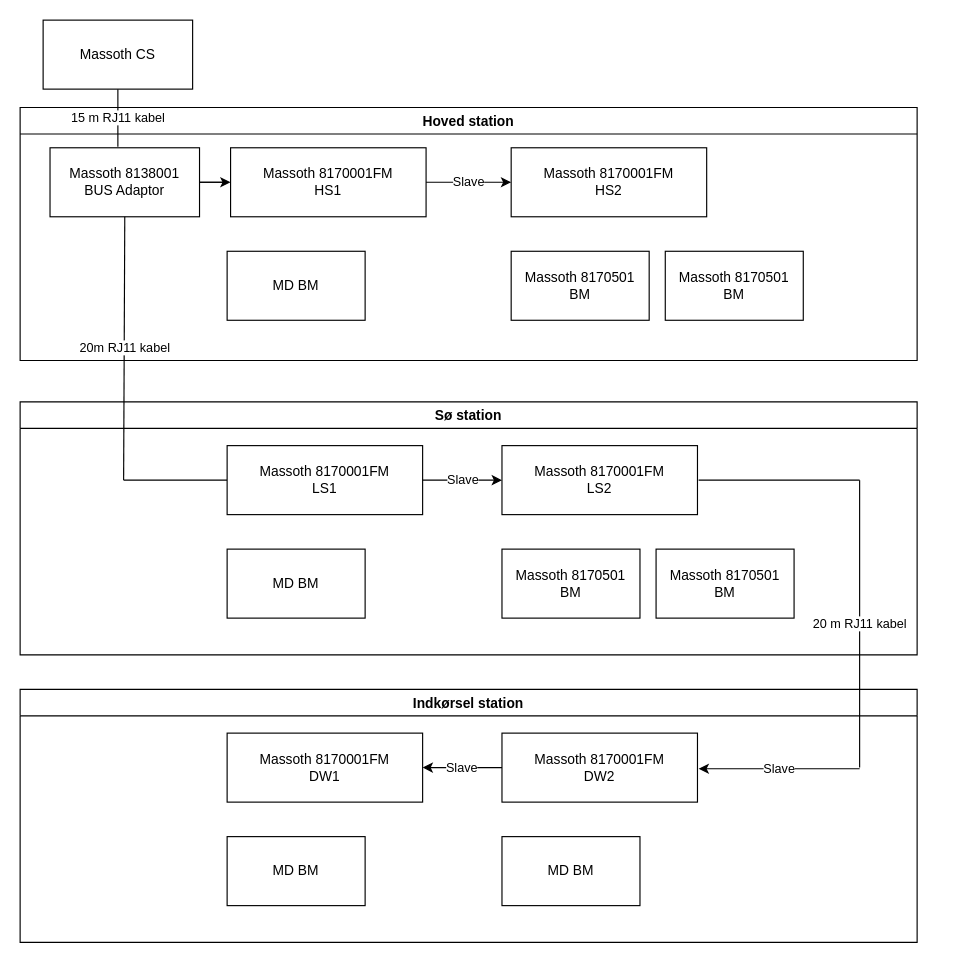
Before: massoth_feedback_layout.drawio in MaxWinther/rocrail, a draw.io diagram. Source tidied: cells renumbered, new cells numbered last; positions are measured from the earlier drawing's top-left corner, leaving out a move shared by most shapes. Both pictures are drawn from the tidied source at 115%, with x=0, y=0 at pixel (20, 20).
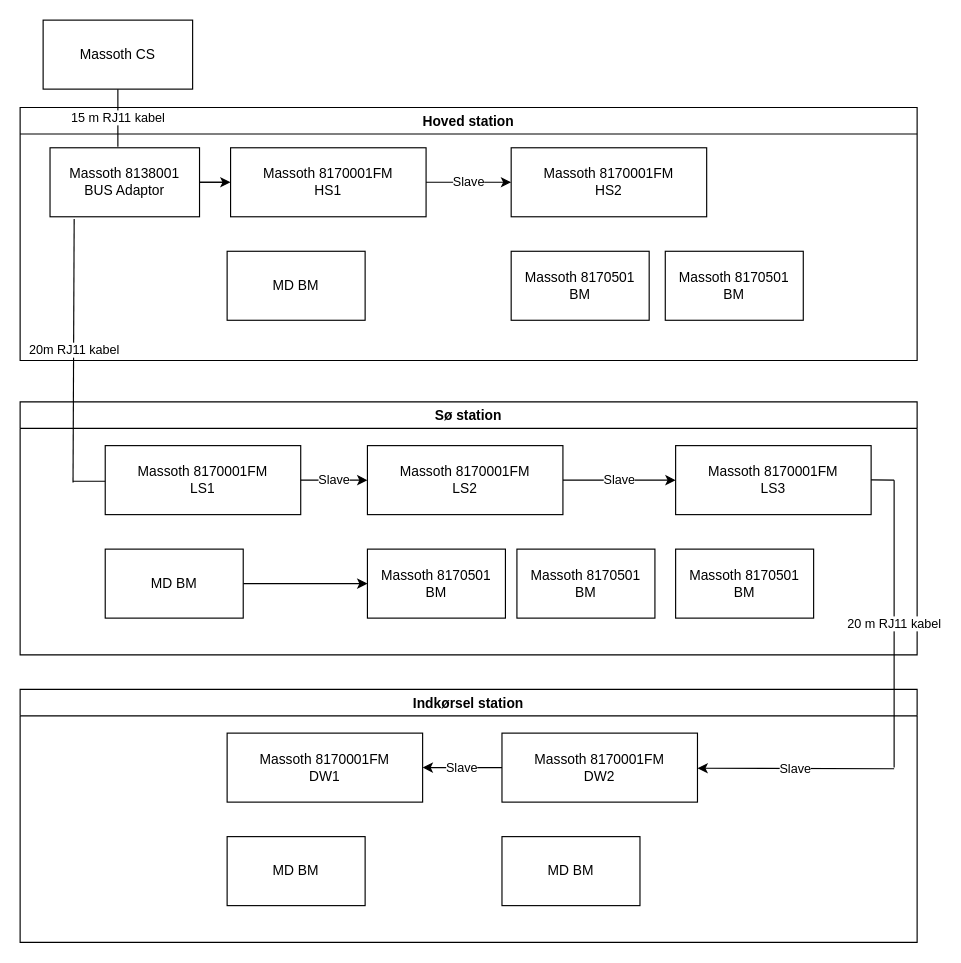
After the change.

Unchanged cells that the change refers to:
```xml
<mxCell id="2" value="Indkørsel station" style="swimlane;" parent="1" vertex="1">
  <mxGeometry y="582" width="780" height="220" as="geometry" />
</mxCell>
<mxCell id="9" value="Massoth 8138001&lt;br&gt;BUS Adaptor" style="rounded=0;whiteSpace=wrap;html=1;" parent="1" vertex="1">
  <mxGeometry x="26" y="111" width="130" height="60" as="geometry" />
</mxCell>
<mxCell id="20" value="Sø station" style="swimlane;" parent="1" vertex="1">
  <mxGeometry y="332" width="780" height="220" as="geometry" />
</mxCell>
```

Diff of the diagram source:
```diff
@@
+    <mxCell id="32" value="Slave" style="endArrow=classic;html=1;rounded=0;" parent="2" edge="1">
+      <mxGeometry relative="1" as="geometry">
+        <mxPoint x="760" y="69" as="sourcePoint" />
+        <mxPoint x="589" y="68.5" as="targetPoint" />
+      </mxGeometry>
+    </mxCell>
@@
     <mxCell id="19" style="endArrow=none;html=1;rounded=0;exitX=0;exitY=0.5;exitDx=0;exitDy=0;" parent="1" edge="1">
       <mxGeometry relative="1" as="geometry">
-        <mxPoint x="180" y="400" as="sourcePoint" />
-        <mxPoint x="90" y="400" as="targetPoint" />
+        <mxPoint x="176" y="401" as="sourcePoint" />
+        <mxPoint x="46" y="401" as="targetPoint" />
       </mxGeometry>
     </mxCell>
@@
+    <mxCell id="33" style="edgeStyle=orthogonalEdgeStyle;rounded=0;jettySize=auto;html=1;" parent="20" edge="1" source="21" target="22">
+      <mxGeometry relative="1" as="geometry" />
+    </mxCell>
     <mxCell id="21" value="MD BM" style="rounded=0;whiteSpace=wrap;html=1;" parent="20" vertex="1">
-      <mxGeometry x="180" y="128" width="120" height="60" as="geometry" />
+      <mxGeometry x="74" y="128" width="120" height="60" as="geometry" />
     </mxCell>
     <mxCell id="22" value="Massoth 8170501&lt;br&gt;BM" style="rounded=0;whiteSpace=wrap;html=1;" parent="20" vertex="1">
-      <mxGeometry x="419" y="128" width="120" height="60" as="geometry" />
+      <mxGeometry x="302" y="128" width="120" height="60" as="geometry" />
     </mxCell>
     <mxCell id="23" value="Massoth 8170501&lt;br&gt;BM" style="rounded=0;whiteSpace=wrap;html=1;" parent="20" vertex="1">
-      <mxGeometry x="553" y="128" width="120" height="60" as="geometry" />
+      <mxGeometry x="432" y="128" width="120" height="60" as="geometry" />
     </mxCell>
+    <mxCell id="34" value="Slave" style="edgeStyle=none;rounded=0;jettySize=auto;html=1;exitX=1;exitY=0.5;exitDx=0;exitDy=0;entryX=0;entryY=0.5;entryDx=0;entryDy=0;" parent="20" edge="1" source="24" target="35">
+      <mxGeometry relative="1" as="geometry" />
+    </mxCell>
     <mxCell id="24" value="Massoth 8170001FM&lt;br&gt;LS2" style="rounded=0;whiteSpace=wrap;html=1;" parent="20" vertex="1">
-      <mxGeometry x="419" y="38" width="170" height="60" as="geometry" />
+      <mxGeometry x="302" y="38" width="170" height="60" as="geometry" />
     </mxCell>
     <mxCell id="25" value="Massoth 8170001FM&lt;br&gt;LS1" style="rounded=0;whiteSpace=wrap;html=1;" parent="20" vertex="1">
-      <mxGeometry x="180" y="38" width="170" height="60" as="geometry" />
+      <mxGeometry x="74" y="38" width="170" height="60" as="geometry" />
     </mxCell>
@@
     <mxCell id="27" value="20 m RJ11 kabel" style="endArrow=none;html=1;rounded=0;" parent="20" edge="1">
       <mxGeometry relative="1" as="geometry">
-        <mxPoint x="730" y="318" as="sourcePoint" />
-        <mxPoint x="730" y="68" as="targetPoint" />
+        <mxPoint x="760" y="318" as="sourcePoint" />
+        <mxPoint x="760" y="68" as="targetPoint" />
       </mxGeometry>
     </mxCell>
-    <mxCell id="28" style="endArrow=none;html=1;rounded=0;" parent="1" edge="1">
-      <mxGeometry relative="1" as="geometry">
-        <mxPoint x="590" y="400" as="sourcePoint" />
-        <mxPoint x="730" y="400" as="targetPoint" />
-      </mxGeometry>
-    </mxCell>
+    <mxCell id="35" value="Massoth 8170001FM&lt;br&gt;LS3" style="rounded=0;whiteSpace=wrap;html=1;" parent="20" vertex="1">
+      <mxGeometry x="570" y="38" width="170" height="60" as="geometry" />
+    </mxCell>
+    <mxCell id="36" value="Massoth 8170501&lt;br&gt;BM" style="rounded=0;whiteSpace=wrap;html=1;" parent="20" vertex="1">
+      <mxGeometry x="570" y="128" width="120" height="60" as="geometry" />
+    </mxCell>
-    <mxCell id="29" value="20m RJ11 kabel" style="endArrow=none;html=1;rounded=0;entryX=0.5;entryY=1;entryDx=0;entryDy=0;" parent="1" edge="1" target="9">
+    <mxCell id="29" value="20m RJ11 kabel" style="endArrow=none;html=1;rounded=0;entryX=0.5;entryY=1;entryDx=0;entryDy=0;" parent="1" edge="1">
       <mxGeometry relative="1" as="geometry">
-        <mxPoint x="90" y="400" as="sourcePoint" />
+        <mxPoint x="46" y="402" as="sourcePoint" />
+        <mxPoint x="47" y="173" as="targetPoint" />
       </mxGeometry>
     </mxCell>
@@
-    <mxCell id="32" value="Slave" style="endArrow=classic;html=1;rounded=0;" parent="1" edge="1">
-      <mxGeometry relative="1" as="geometry">
-        <mxPoint x="730" y="651" as="sourcePoint" />
-        <mxPoint x="590" y="651" as="targetPoint" />
-      </mxGeometry>
-    </mxCell>
+    <mxCell id="37" style="endArrow=none;html=1;rounded=0;" parent="1" edge="1">
+      <mxGeometry relative="1" as="geometry">
+        <mxPoint x="760" y="400" as="sourcePoint" />
+        <mxPoint x="740" y="399.8" as="targetPoint" />
+      </mxGeometry>
+    </mxCell>
```
